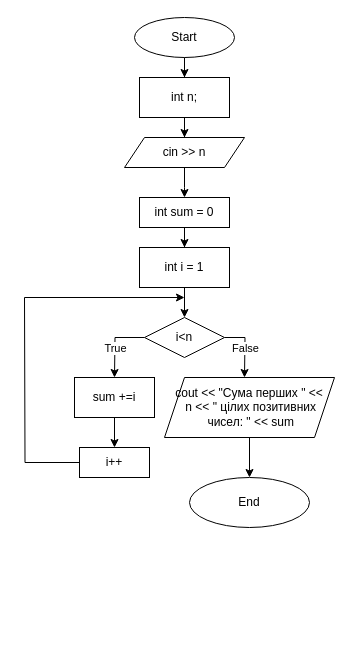
This is ai_11/anastasiia_humeniuk/saga1/vns_practice_work_4_task_anastasiia_humeniuk.drawio from artificial-intelligence-department/ai_programming_playground_2024, a draw.io file, before an edit. Source tidied: cells renumbered, new cells numbered last; positions are measured from the earlier drawing's top-left corner, leaving out a move shared by most shapes. Both pictures are drawn from the tidied source at 100%, with x=0, y=0 at pixel (24, 17).
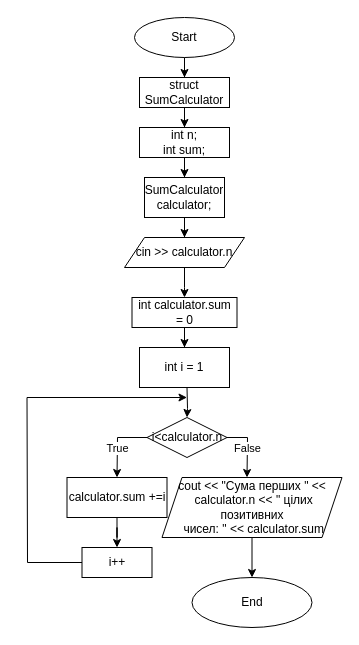
The same page after the edit.

Diff of the diagram source:
```diff
@@
-    <mxCell id="4" style="edgeStyle=orthogonalEdgeStyle;rounded=0;jettySize=auto;html=1;" parent="1" edge="1" source="5" target="7">
-      <mxGeometry relative="1" as="geometry" />
-    </mxCell>
+    <mxCell id="25" style="edgeStyle=orthogonalEdgeStyle;rounded=0;jettySize=auto;html=1;" parent="1" edge="1" source="5" target="27">
+      <mxGeometry relative="1" as="geometry" />
+    </mxCell>
-    <mxCell id="5" value="int n;" style="rounded=0;whiteSpace=wrap;html=1;" parent="1" vertex="1">
-      <mxGeometry x="115" y="60" width="90" height="40" as="geometry" />
+    <mxCell id="5" value="struct SumCalculator" style="rounded=0;whiteSpace=wrap;html=1;" parent="1" vertex="1">
+      <mxGeometry x="115" y="60" width="90" height="30" as="geometry" />
     </mxCell>
     <mxCell id="6" style="edgeStyle=orthogonalEdgeStyle;rounded=0;jettySize=auto;html=1;" parent="1" edge="1" source="7">
       <mxGeometry relative="1" as="geometry">
-        <mxPoint x="160" y="180" as="targetPoint" />
+        <mxPoint x="160" y="280" as="targetPoint" />
       </mxGeometry>
     </mxCell>
-    <mxCell id="7" value="cin &amp;gt;&amp;gt; n" style="shape=parallelogram;perimeter=parallelogramPerimeter;whiteSpace=wrap;html=1;fixedSize=1;" parent="1" vertex="1">
-      <mxGeometry x="100" y="120" width="120" height="30" as="geometry" />
+    <mxCell id="7" value="cin &amp;gt;&amp;gt;&amp;nbsp;calculator.n" style="shape=parallelogram;perimeter=parallelogramPerimeter;whiteSpace=wrap;html=1;fixedSize=1;" parent="1" vertex="1">
+      <mxGeometry x="100" y="220" width="120" height="30" as="geometry" />
     </mxCell>
@@
-    <mxCell id="9" value="int sum = 0" style="rounded=0;whiteSpace=wrap;html=1;" parent="1" vertex="1">
-      <mxGeometry x="115" y="180" width="90" height="30" as="geometry" />
+    <mxCell id="9" value="int calculator.sum = 0" style="rounded=0;whiteSpace=wrap;html=1;" parent="1" vertex="1">
+      <mxGeometry x="107.5" y="280" width="105" height="30" as="geometry" />
     </mxCell>
-    <mxCell id="10" style="edgeStyle=orthogonalEdgeStyle;rounded=0;jettySize=auto;html=1;" parent="1" edge="1" source="11" target="16">
-      <mxGeometry relative="1" as="geometry" />
+    <mxCell id="10" style="edgeStyle=orthogonalEdgeStyle;rounded=0;jettySize=auto;html=1;" parent="1" edge="1" target="16">
+      <mxGeometry relative="1" as="geometry">
+        <mxPoint x="162.5" y="370" as="sourcePoint" />
+      </mxGeometry>
     </mxCell>
     <mxCell id="11" value="int i = 1" style="rounded=0;whiteSpace=wrap;html=1;" parent="1" vertex="1">
-      <mxGeometry x="115" y="230" width="90" height="40" as="geometry" />
+      <mxGeometry x="115" y="330" width="90" height="40" as="geometry" />
     </mxCell>
     <mxCell id="12" style="edgeStyle=orthogonalEdgeStyle;rounded=0;jettySize=auto;html=1;" parent="1" edge="1" source="16">
       <mxGeometry relative="1" as="geometry">
-        <mxPoint x="90" y="360" as="targetPoint" />
+        <mxPoint x="92.5" y="460" as="targetPoint" />
       </mxGeometry>
     </mxCell>
@@
     <mxCell id="14" style="edgeStyle=orthogonalEdgeStyle;rounded=0;jettySize=auto;html=1;" parent="1" edge="1" source="16">
       <mxGeometry relative="1" as="geometry">
-        <mxPoint x="220" y="360" as="targetPoint" />
+        <mxPoint x="222.5" y="460" as="targetPoint" />
       </mxGeometry>
     </mxCell>
@@
-    <mxCell id="16" value="i&amp;lt;n" style="rhombus;whiteSpace=wrap;html=1;" parent="1" vertex="1">
-      <mxGeometry x="120" y="300" width="80" height="40" as="geometry" />
+    <mxCell id="16" value="i&amp;lt;calculator.n" style="rhombus;whiteSpace=wrap;html=1;" parent="1" vertex="1">
+      <mxGeometry x="122.5" y="400" width="80" height="40" as="geometry" />
     </mxCell>
@@
-    <mxCell id="18" value="sum +=i" style="rounded=0;whiteSpace=wrap;html=1;" parent="1" vertex="1">
-      <mxGeometry x="50" y="360" width="80" height="40" as="geometry" />
+    <mxCell id="18" value="&lt;span style=&quot;background-color: initial;&quot;&gt;calculator.&lt;/span&gt;&lt;span style=&quot;background-color: initial;&quot;&gt;sum&lt;/span&gt;&amp;nbsp;+=i" style="rounded=0;whiteSpace=wrap;html=1;" parent="1" vertex="1">
+      <mxGeometry x="42.5" y="460" width="100" height="40" as="geometry" />
     </mxCell>
     <mxCell id="19" style="edgeStyle=orthogonalEdgeStyle;rounded=0;jettySize=auto;html=1;endArrow=none;endFill=0;" parent="1" edge="1" source="20">
       <mxGeometry relative="1" as="geometry">
-        <mxPoint y="280" as="targetPoint" />
+        <mxPoint x="2.5" y="380" as="targetPoint" />
       </mxGeometry>
     </mxCell>
     <mxCell id="20" value="i++" style="rounded=0;whiteSpace=wrap;html=1;" parent="1" vertex="1">
-      <mxGeometry x="55" y="430" width="70" height="30" as="geometry" />
+      <mxGeometry x="57.5" y="530" width="70" height="30" as="geometry" />
     </mxCell>
     <mxCell id="21" style="endArrow=classic;html=1;rounded=0;" parent="1" edge="1">
       <mxGeometry relative="1" as="geometry">
-        <mxPoint y="280" as="sourcePoint" />
-        <mxPoint x="160" y="280" as="targetPoint" />
+        <mxPoint x="2.5" y="380" as="sourcePoint" />
+        <mxPoint x="162.5" y="380" as="targetPoint" />
       </mxGeometry>
     </mxCell>
@@
-    <mxCell id="23" value="cout &amp;lt;&amp;lt; &quot;Сума перших &quot; &amp;lt;&amp;lt;&lt;div&gt;&amp;nbsp;n &amp;lt;&amp;lt; &quot; цілих позитивних&lt;/div&gt;&lt;div&gt;&amp;nbsp;чисел: &quot; &amp;lt;&amp;lt; sum&lt;/div&gt;" style="shape=parallelogram;perimeter=parallelogramPerimeter;whiteSpace=wrap;html=1;fixedSize=1;" parent="1" vertex="1">
-      <mxGeometry x="140" y="360" width="170" height="60" as="geometry" />
+    <mxCell id="23" value="cout &amp;lt;&amp;lt; &quot;Сума перших &quot; &amp;lt;&amp;lt;&lt;div&gt;&amp;nbsp;calculator.n &amp;lt;&amp;lt; &quot; цілих позитивних&lt;/div&gt;&lt;div&gt;&amp;nbsp;чисел: &quot; &amp;lt;&amp;lt;&amp;nbsp;&lt;span style=&quot;background-color: initial;&quot;&gt;calculator.&lt;/span&gt;&lt;span style=&quot;background-color: initial;&quot;&gt;sum&lt;/span&gt;&lt;/div&gt;" style="shape=parallelogram;perimeter=parallelogramPerimeter;whiteSpace=wrap;html=1;fixedSize=1;" parent="1" vertex="1">
+      <mxGeometry x="137.5" y="460" width="180" height="60" as="geometry" />
     </mxCell>
     <mxCell id="24" value="End" style="ellipse;whiteSpace=wrap;html=1;" parent="1" vertex="1">
-      <mxGeometry x="165" y="460" width="120" height="50" as="geometry" />
+      <mxGeometry x="167.5" y="560" width="120" height="50" as="geometry" />
     </mxCell>
+    <mxCell id="26" style="edgeStyle=orthogonalEdgeStyle;rounded=0;jettySize=auto;html=1;" parent="1" edge="1" source="27" target="29">
+      <mxGeometry relative="1" as="geometry" />
+    </mxCell>
+    <mxCell id="27" value="int n;&lt;div&gt;int sum;&lt;/div&gt;" style="rounded=0;whiteSpace=wrap;html=1;" parent="1" vertex="1">
+      <mxGeometry x="115" y="110" width="90" height="30" as="geometry" />
+    </mxCell>
+    <mxCell id="28" style="edgeStyle=orthogonalEdgeStyle;rounded=0;jettySize=auto;html=1;entryX=0.5;entryY=0;entryDx=0;entryDy=0;" parent="1" edge="1" source="29" target="7">
+      <mxGeometry relative="1" as="geometry" />
+    </mxCell>
+    <mxCell id="29" value="SumCalculator calculator;" style="rounded=0;whiteSpace=wrap;html=1;" parent="1" vertex="1">
+      <mxGeometry x="120" y="160" width="80" height="40" as="geometry" />
+    </mxCell>
```
